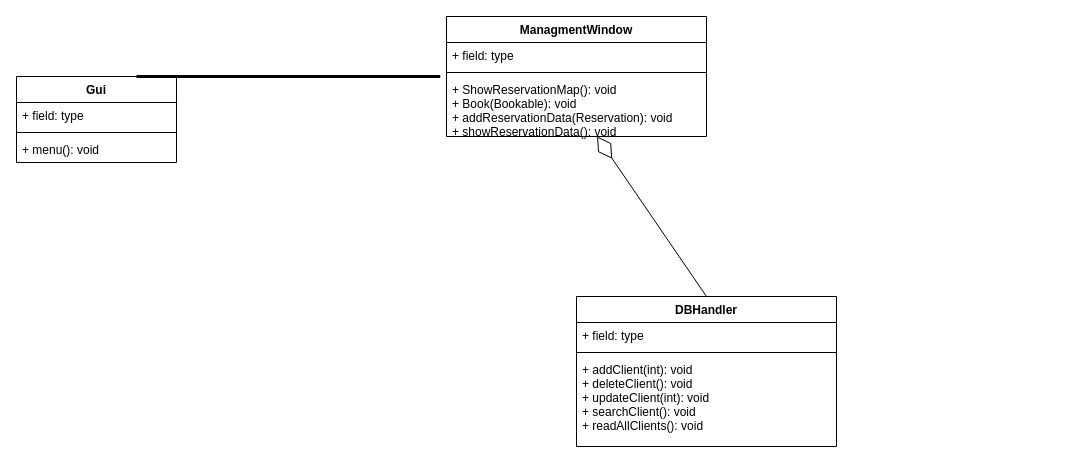
The draw.io diagram Simulacion-first/ModuleClient/Model/Dclases.drawio in Omarlopezw/Algoritmo-y-estructura-de-datos-3-2023, before the edit. Source tidied: cells renumbered, new cells numbered last; positions are measured from the earlier drawing's top-left corner, leaving out a move shared by most shapes. Both pictures are drawn from the tidied source at 100%, with x=0, y=0 at pixel (16, 16).
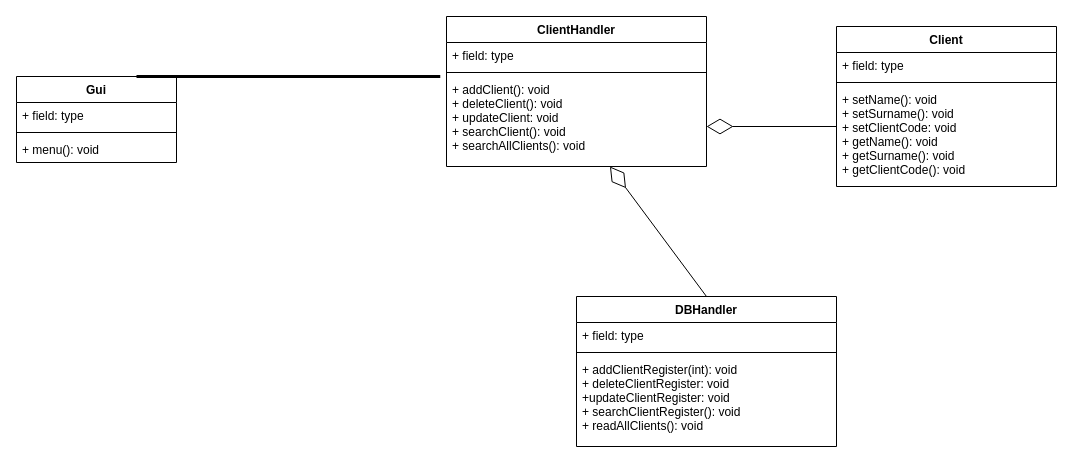
Above is the later version.

Commit message (it also covers changes not shown here):
updating Client Handler

The change refers to these unchanged cells:
```xml
<mxCell id="10" value="DBHandler" style="swimlane;fontStyle=1;align=center;verticalAlign=top;horizontal=1;startSize=26;" parent="1" vertex="1">
  <mxGeometry x="560" y="280" width="260" height="150" as="geometry" />
</mxCell>
```

What changed in the source:
```diff
@@
-    <mxCell id="2" value="ManagmentWindow" style="swimlane;fontStyle=1;align=center;verticalAlign=top;horizontal=1;startSize=26;" parent="1" vertex="1">
-      <mxGeometry x="430" width="260" height="120" as="geometry" />
+    <mxCell id="2" value="ClientHandler" style="swimlane;fontStyle=1;align=center;verticalAlign=top;horizontal=1;startSize=26;" parent="1" vertex="1">
+      <mxGeometry x="430" width="260" height="150" as="geometry" />
     </mxCell>
@@
-    <mxCell id="5" value="+ ShowReservationMap(): void&#10;+ Book(Bookable): void&#10;+ addReservationData(Reservation): void&#10;+ showReservationData(): void" style="text;strokeColor=none;fillColor=none;align=left;verticalAlign=top;spacingLeft=4;spacingRight=4;overflow=hidden;points=[[0,0.5],[1,0.5]];portConstraint=eastwest;" parent="2" vertex="1">
-      <mxGeometry y="60" width="260" height="60" as="geometry" />
+    <mxCell id="5" value="+ addClient(): void&#10;+ deleteClient(): void&#10;+ updateClient: void&#10;+ searchClient(): void&#10;+ searchAllClients(): void" style="text;strokeColor=none;fillColor=none;align=left;verticalAlign=top;spacingLeft=4;spacingRight=4;overflow=hidden;points=[[0,0.5],[1,0.5]];portConstraint=eastwest;" parent="2" vertex="1">
+      <mxGeometry y="60" width="260" height="90" as="geometry" />
     </mxCell>
@@
-    <mxCell id="13" value="+ addClient(int): void&#10;+ deleteClient(): void&#10;+ updateClient(int): void&#10;+ searchClient(): void&#10;+ readAllClients(): void" style="text;strokeColor=none;fillColor=none;align=left;verticalAlign=top;spacingLeft=4;spacingRight=4;overflow=hidden;" parent="10" vertex="1">
+    <mxCell id="13" value="+ addClientRegister(int): void&#10;+ deleteClientRegister: void&#10;+updateClientRegister: void&#10;+ searchClientRegister(): void&#10;+ readAllClients(): void" style="text;strokeColor=none;fillColor=none;align=left;verticalAlign=top;spacingLeft=4;spacingRight=4;overflow=hidden;" parent="10" vertex="1">
       <mxGeometry y="60" width="260" height="90" as="geometry" />
     </mxCell>
@@
+    <mxCell id="16" style="endArrow=diamondThin;endFill=0;endSize=24;html=1;" parent="1" edge="1">
+      <mxGeometry relative="1" as="geometry">
+        <mxPoint x="820" y="110" as="sourcePoint" />
+        <mxPoint x="690" y="110" as="targetPoint" />
+      </mxGeometry>
+    </mxCell>
+    <mxCell id="17" value="Client" style="swimlane;fontStyle=1;align=center;verticalAlign=top;horizontal=1;startSize=26;" parent="1" vertex="1">
+      <mxGeometry x="820" y="10" width="220" height="160" as="geometry" />
+    </mxCell>
+    <mxCell id="18" value="+ field: type" style="text;strokeColor=none;fillColor=none;align=left;verticalAlign=top;spacingLeft=4;spacingRight=4;overflow=hidden;" parent="17" vertex="1">
+      <mxGeometry y="26" width="220" height="26" as="geometry" />
+    </mxCell>
+    <mxCell id="19" style="line;strokeWidth=1;fillColor=none;align=left;verticalAlign=middle;spacingTop=-1;spacingLeft=3;spacingRight=3;labelPosition=right;" parent="17" vertex="1">
+      <mxGeometry y="52" width="220" height="8" as="geometry" />
+    </mxCell>
+    <mxCell id="20" value="+ setName(): void&#10;+ setSurname(): void&#10;+ setClientCode: void&#10;+ getName(): void&#10;+ getSurname(): void&#10;+ getClientCode(): void" style="text;strokeColor=none;fillColor=none;align=left;verticalAlign=top;spacingLeft=4;spacingRight=4;overflow=hidden;" parent="17" vertex="1">
+      <mxGeometry y="60" width="220" height="100" as="geometry" />
+    </mxCell>
```
